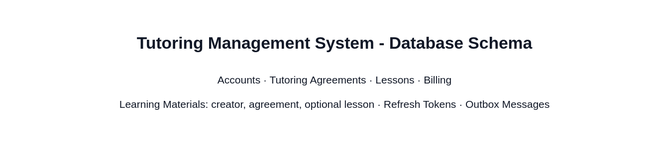
The PlantUML diagram docs/technical_docs/database_docs/database_schema.svg in JStec0312/Tutoring-CRM-System, before a commit. Its source is kept beside it as docs/technical_docs/database_docs/database_schema.puml.
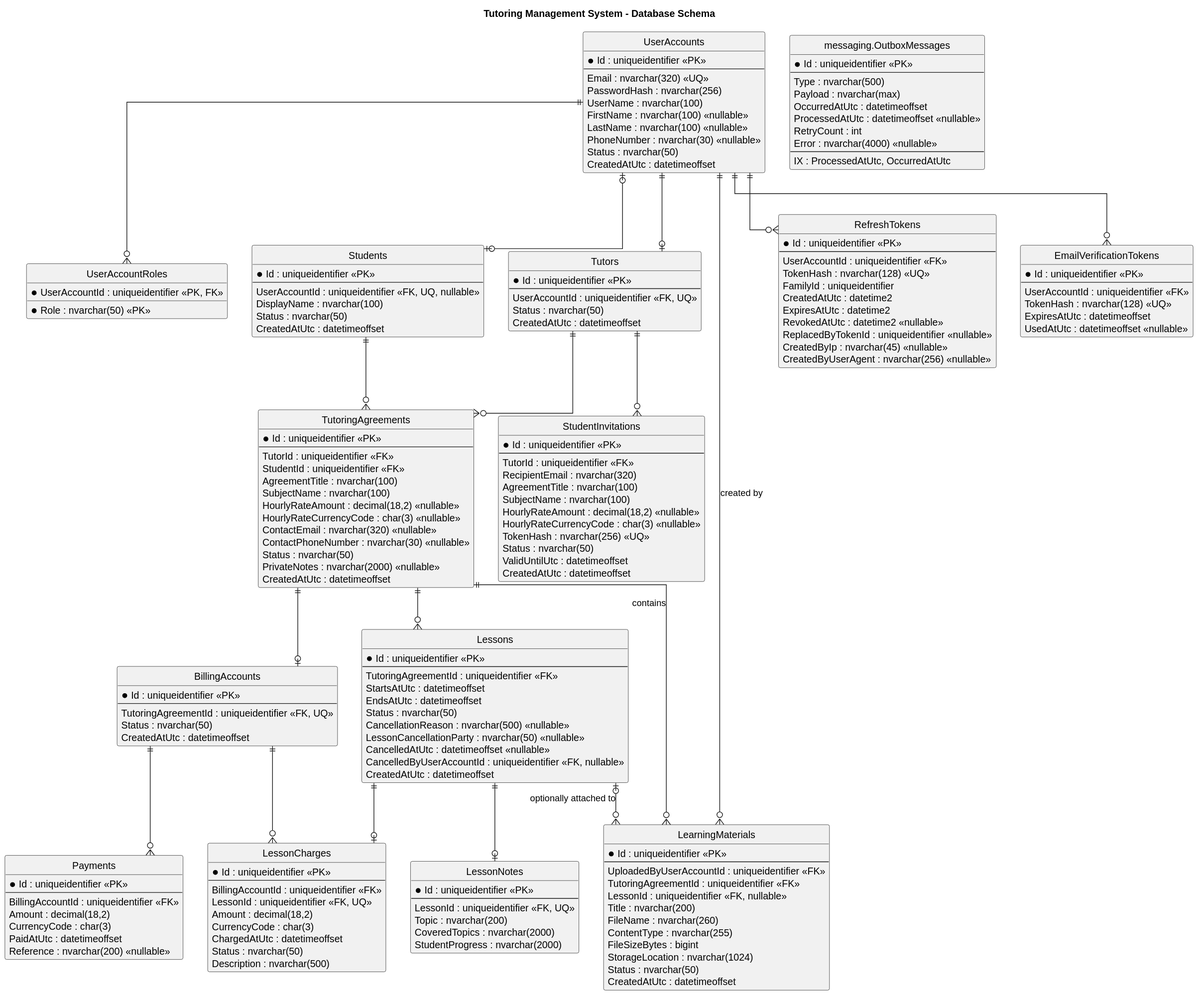
After the change.

Change to the diagram source:
```diff
@@ -128,7 +128,7 @@
 entity LearningMaterials {
     * Id : uniqueidentifier <<PK>>
     --
-    CreatedByUserAccountId : uniqueidentifier <<FK>>
+    UploadedByUserAccountId : uniqueidentifier <<FK>>
     TutoringAgreementId : uniqueidentifier <<FK>>
     LessonId : uniqueidentifier <<FK, nullable>>
     Title : nvarchar(200)
```
